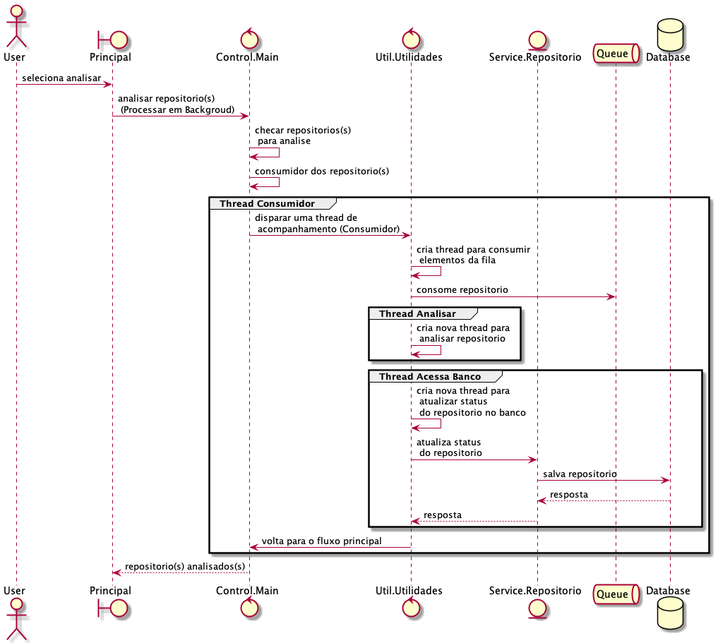
myplayareas/ppc keeps this PlantUML diagram as out/docs/sequence analisar repositorio/sequence analisar repositorio.png. Above is the earlier version. Source of this version:
```plantuml
@startuml
actor       User as user
boundary    Principal as principal
control     Control.Main as main
control     Util.Utilidades as utilidades
entity      Service.Repositorio  as repositorio
queue       Queue as fila
database    Database as banco

user -> principal : seleciona analisar
principal -> main : analisar repositorio(s) \n (Processar em Backgroud)
main -> main : checar repositorios(s) \n para analise
main -> main : consumidor dos repositorio(s)
    group Thread Consumidor
    main -> utilidades : disparar uma thread de \n acompanhamento (Consumidor)
    utilidades -> utilidades : cria thread para consumir \n elementos da fila
    utilidades -> fila : consome repositorio
        group Thread Analisar
            utilidades -> utilidades : cria nova thread para \n analisar repositorio
        end
        group Thread Acessa Banco
            utilidades -> utilidades : cria nova thread para \n atualizar status \n do repositorio no banco
            utilidades -> repositorio : atualiza status \n do repositorio
            repositorio -> banco : salva repositorio
            banco --> repositorio : resposta
            repositorio --> utilidades : resposta
        end
        utilidades -> main : volta para o fluxo principal
    end
main --> principal : repositorio(s) analisados(s)
@enduml
```
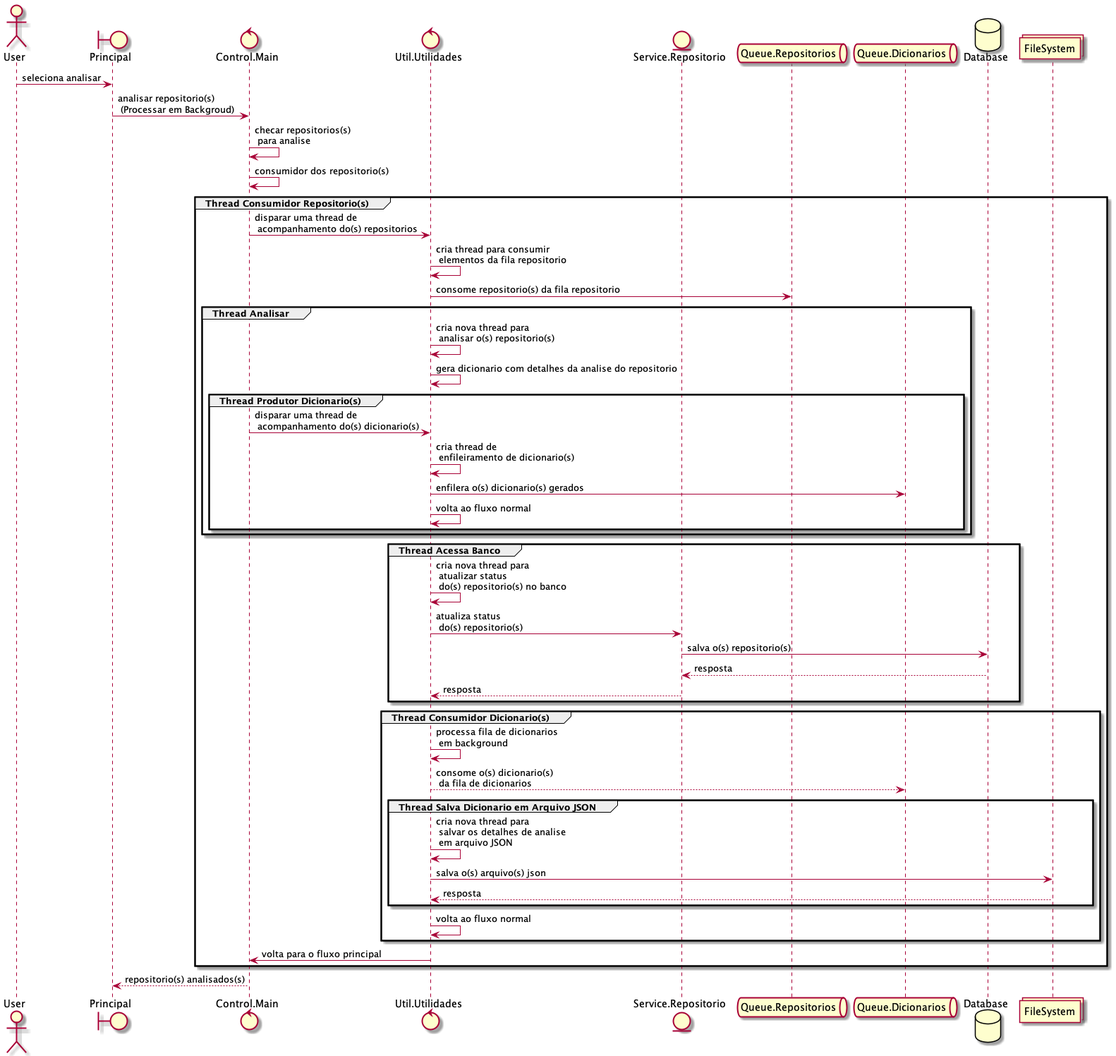
Later version of the same file.

Commit message:
Atualização da documentação em relação aos fluxos de processamento da análise dos repositórios e geração de arquivo JSON para guardar a análise.

Change to the diagram source:
```diff
@@ -4,26 +4,45 @@
 control     Control.Main as main
 control     Util.Utilidades as utilidades
 entity      Service.Repositorio  as repositorio
-queue       Queue as fila
+queue       Queue.Repositorios as filarepositorio
+queue       Queue.Dicionarios as filadicionarios
 database    Database as banco
+collections  FileSystem as arquivo
 
 user -> principal : seleciona analisar
 principal -> main : analisar repositorio(s) \n (Processar em Backgroud)
 main -> main : checar repositorios(s) \n para analise
 main -> main : consumidor dos repositorio(s)
-    group Thread Consumidor
-    main -> utilidades : disparar uma thread de \n acompanhamento (Consumidor)
-    utilidades -> utilidades : cria thread para consumir \n elementos da fila
-    utilidades -> fila : consome repositorio
+    group Thread Consumidor Repositorio(s)
+    main -> utilidades : disparar uma thread de \n acompanhamento do(s) repositorios
+    utilidades -> utilidades : cria thread para consumir \n elementos da fila repositorio
+    utilidades -> filarepositorio : consome repositorio(s) da fila repositorio
         group Thread Analisar
-            utilidades -> utilidades : cria nova thread para \n analisar repositorio
+            utilidades -> utilidades : cria nova thread para \n analisar o(s) repositorio(s)
+            utilidades -> utilidades : gera dicionario com detalhes da analise do repositorio
+            group Thread Produtor Dicionario(s)
+                main -> utilidades : disparar uma thread de \n acompanhamento do(s) dicionario(s)
+                utilidades -> utilidades : cria thread de \n enfileiramento de dicionario(s)
+                utilidades -> filadicionarios : enfilera o(s) dicionario(s) gerados
+                utilidades -> utilidades : volta ao fluxo normal
+            end
         end
         group Thread Acessa Banco
-            utilidades -> utilidades : cria nova thread para \n atualizar status \n do repositorio no banco
-            utilidades -> repositorio : atualiza status \n do repositorio
-            repositorio -> banco : salva repositorio
+            utilidades -> utilidades : cria nova thread para \n atualizar status \n do(s) repositorio(s) no banco
+            utilidades -> repositorio : atualiza status \n do(s) repositorio(s)
+            repositorio -> banco : salva o(s) repositorio(s)
             banco --> repositorio : resposta
             repositorio --> utilidades : resposta
+        end
+        group Thread Consumidor Dicionario(s)
+            utilidades -> utilidades : processa fila de dicionarios \n em background
+            utilidades --> filadicionarios : consome o(s) dicionario(s) \n da fila de dicionarios
+            group Thread Salva Dicionario em Arquivo JSON
+                utilidades -> utilidades : cria nova thread para \n salvar os detalhes de analise \n em arquivo JSON
+                utilidades -> arquivo : salva o(s) arquivo(s) json
+                arquivo --> utilidades : resposta
+            end
+            utilidades -> utilidades : volta ao fluxo normal
         end
         utilidades -> main : volta para o fluxo principal
     end
```
